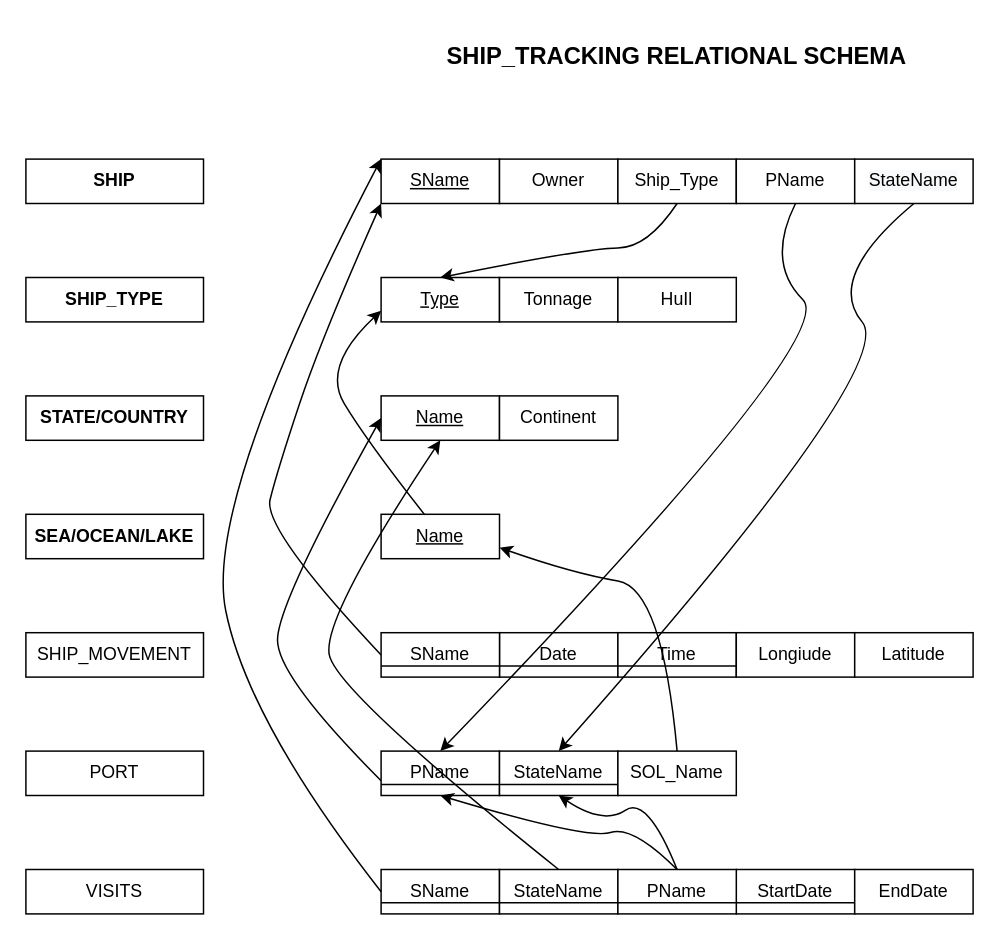
Before: W7.drawio in kieuvantuyen01/testGit, a draw.io diagram. Source tidied: cells renumbered, new cells numbered last; positions are measured from the earlier drawing's top-left corner, leaving out a move shared by most shapes. Both pictures are drawn from the tidied source at 148%, with x=0, y=0 at pixel (25, 25).
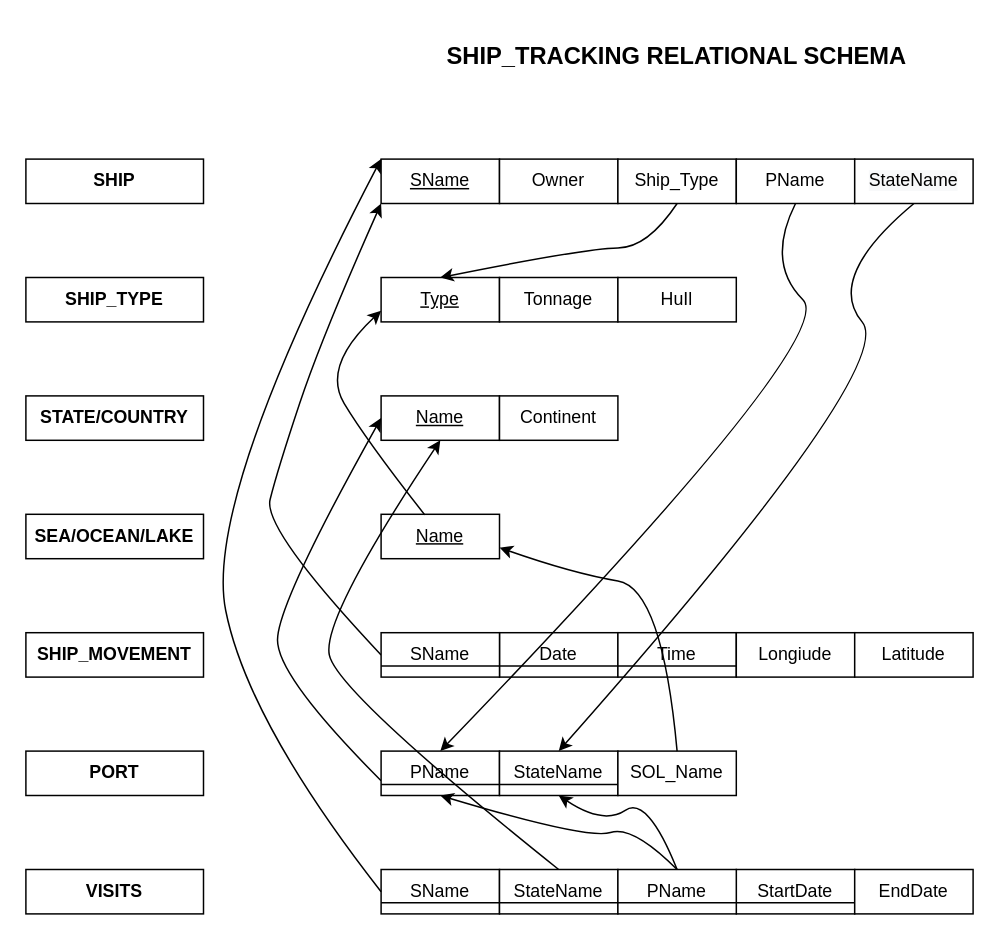
The same page after the edit.

Diff of the diagram source:
```diff
@@
-    <mxCell id="20" value="SHIP_MOVEMENT" style="rounded=0;whiteSpace=wrap;html=1;" parent="1" vertex="1">
+    <mxCell id="20" value="SHIP_MOVEMENT" style="rounded=0;whiteSpace=wrap;html=1;fontStyle=1;" parent="1" vertex="1">
       <mxGeometry y="410" width="120" height="30" as="geometry" />
     </mxCell>
-    <mxCell id="21" value="PORT" style="rounded=0;whiteSpace=wrap;html=1;" parent="1" vertex="1">
+    <mxCell id="21" value="PORT" style="rounded=0;whiteSpace=wrap;html=1;fontStyle=1;" parent="1" vertex="1">
       <mxGeometry y="490" width="120" height="30" as="geometry" />
     </mxCell>
-    <mxCell id="22" value="VISITS" style="rounded=0;whiteSpace=wrap;html=1;" parent="1" vertex="1">
+    <mxCell id="22" value="VISITS" style="rounded=0;whiteSpace=wrap;html=1;fontStyle=1;" parent="1" vertex="1">
       <mxGeometry y="570" width="120" height="30" as="geometry" />
     </mxCell>
```
